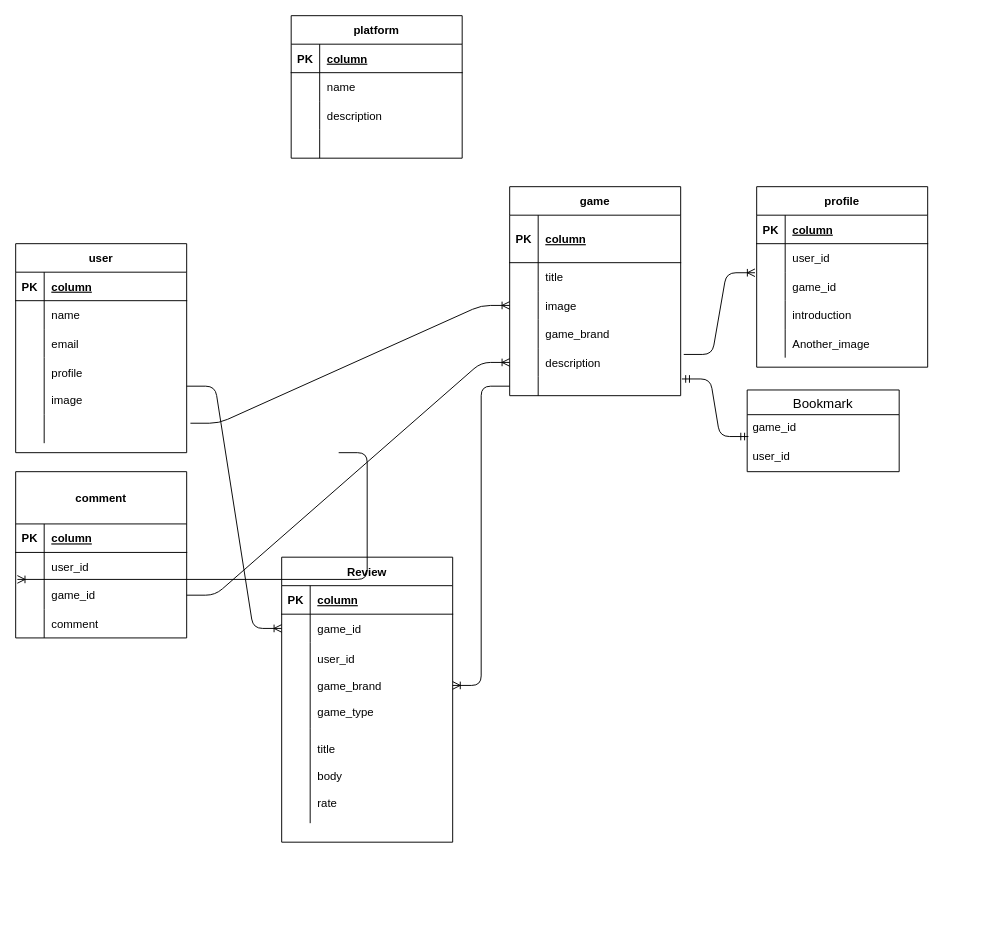
Nozomu-Ishikawa/websiteapp keeps this draw.io diagram as websiteapp.dio. Above is the earlier version. Source tidied: cells renumbered, new cells numbered last; positions are measured from the earlier drawing's top-left corner, leaving out a move shared by most shapes. Both pictures are drawn from the tidied source at 95%, with x=0, y=0 at pixel (15, 15).
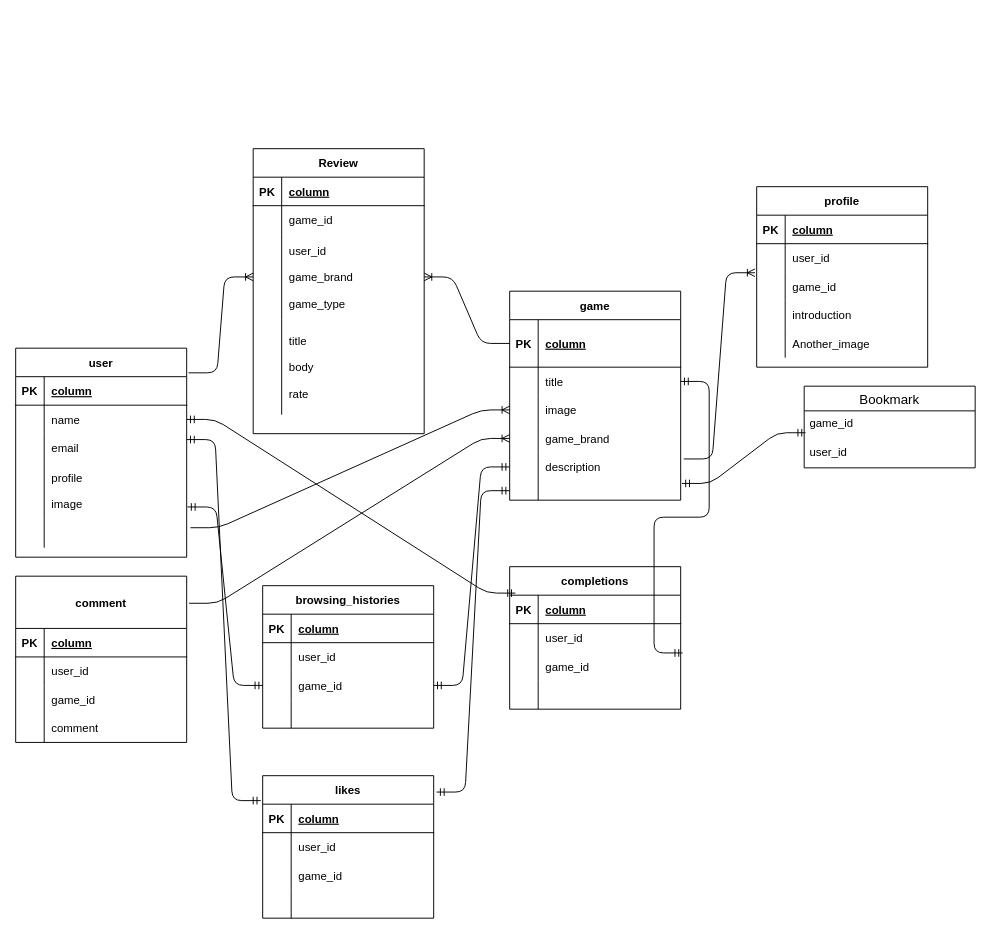
The same page after the edit.

Unchanged cells that the change refers to:
```xml
<mxCell id="6" style="shape=partialRectangle;fillColor=none;top=0;left=0;bottom=0;right=0;points=[[0,0.5],[1,0.5]];portConstraint=eastwest;" parent="2" vertex="1">
  <mxGeometry y="60" width="180" height="30" as="geometry" />
</mxCell>
<mxCell id="9" style="shape=partialRectangle;fillColor=none;top=0;left=0;bottom=0;right=0;points=[[0,0.5],[1,0.5]];portConstraint=eastwest;" parent="2" vertex="1">
  <mxGeometry y="90" width="180" height="30" as="geometry" />
</mxCell>
<mxCell id="12" style="shape=partialRectangle;fillColor=none;top=0;left=0;bottom=0;right=0;points=[[0,0.5],[1,0.5]];portConstraint=eastwest;" parent="2" vertex="1">
  <mxGeometry y="120" width="180" height="60" as="geometry" />
</mxCell>
<mxCell id="19" style="shape=partialRectangle;fillColor=none;top=0;left=0;bottom=1;right=0;points=[[0,0.5],[1,0.5]];portConstraint=eastwest;" parent="18" vertex="1">
  <mxGeometry y="30" width="180" height="50" as="geometry" />
</mxCell>
<mxCell id="22" style="shape=partialRectangle;fillColor=none;top=0;left=0;bottom=0;right=0;points=[[0,0.5],[1,0.5]];portConstraint=eastwest;" parent="18" vertex="1">
  <mxGeometry y="80" width="180" height="30" as="geometry" />
</mxCell>
<mxCell id="28" style="shape=partialRectangle;fillColor=none;top=0;left=0;bottom=0;right=0;points=[[0,0.5],[1,0.5]];portConstraint=eastwest;" parent="18" vertex="1">
  <mxGeometry y="140" width="180" height="30" as="geometry" />
</mxCell>
<mxCell id="31" style="shape=partialRectangle;fillColor=none;top=0;left=0;bottom=0;right=0;points=[[0,0.5],[1,0.5]];portConstraint=eastwest;" parent="18" vertex="1">
  <mxGeometry y="170" width="180" height="30" as="geometry" />
</mxCell>
<mxCell id="34" style="shape=partialRectangle;fillColor=none;top=0;left=0;bottom=0;right=0;points=[[0,0.5],[1,0.5]];portConstraint=eastwest;" parent="18" vertex="1">
  <mxGeometry y="200" width="180" height="20" as="geometry" />
</mxCell>
<mxCell id="44" style="shape=partialRectangle;fillColor=none;top=0;left=0;bottom=0;right=0;points=[[0,0.5],[1,0.5]];portConstraint=eastwest;" parent="37" vertex="1">
  <mxGeometry y="115" width="180" height="30" as="geometry" />
</mxCell>
<mxCell id="73" style="shape=partialRectangle;fillColor=none;top=0;left=0;bottom=0;right=0;points=[[0,0.5],[1,0.5]];portConstraint=eastwest;" parent="69" vertex="1">
  <mxGeometry y="60" width="180" height="30" as="geometry" />
</mxCell>
<mxCell id="76" style="shape=partialRectangle;fillColor=none;top=0;left=0;bottom=0;right=0;points=[[0,0.5],[1,0.5]];portConstraint=eastwest;" parent="69" vertex="1">
  <mxGeometry y="90" width="180" height="90" as="geometry" />
</mxCell>
<mxCell id="88" style="shape=partialRectangle;fillColor=none;top=0;left=0;bottom=0;right=0;" parent="84" vertex="1">
  <mxGeometry y="60" width="180" height="30" as="geometry" />
</mxCell>
<mxCell id="91" style="shape=partialRectangle;fillColor=none;top=0;left=0;bottom=0;right=0;points=[[0,0.5],[1,0.5]];portConstraint=eastwest;" parent="84" vertex="1">
  <mxGeometry y="90" width="180" height="30" as="geometry" />
</mxCell>
```

What changed in the source:
```diff
@@
     <mxCell id="2" value="user" style="shape=table;startSize=30;childLayout=tableLayout;rowLines=0;fontStyle=1;align=center;" parent="1" vertex="1">
-      <mxGeometry y="240" width="180" height="220" as="geometry" />
+      <mxGeometry y="350" width="180" height="220" as="geometry" />
     </mxCell>
@@
     <mxCell id="18" value="game" style="shape=table;startSize=30;childLayout=tableLayout;rowLines=0;fontStyle=1;align=center;" parent="1" vertex="1">
-      <mxGeometry x="520" y="180" width="180" height="220" as="geometry" />
+      <mxGeometry x="520" y="290" width="180" height="220" as="geometry" />
     </mxCell>
@@
     <mxCell id="37" value="comment" style="shape=table;startSize=55;childLayout=tableLayout;rowLines=0;fontStyle=1;align=center;" parent="1" vertex="1">
-      <mxGeometry y="480" width="180" height="175" as="geometry" />
+      <mxGeometry y="590" width="180" height="175" as="geometry" />
     </mxCell>
@@
-    <mxCell id="66" style="edgeStyle=entityRelationEdgeStyle;fontSize=12;html=1;endArrow=ERoneToMany;exitX=1;exitY=0.5;exitDx=0;exitDy=0;entryX=0;entryY=0.5;entryDx=0;entryDy=0;" parent="1" edge="1" source="44" target="31">
+    <mxCell id="66" style="edgeStyle=entityRelationEdgeStyle;fontSize=12;html=1;endArrow=ERoneToMany;exitX=1.014;exitY=0.163;exitDx=0;exitDy=0;entryX=0;entryY=0.5;entryDx=0;entryDy=0;exitPerimeter=0;" parent="1" edge="1" source="37" target="28">
       <mxGeometry relative="1" as="geometry" />
     </mxCell>
@@
     <mxCell id="69" value="Review" style="shape=table;startSize=30;childLayout=tableLayout;rowLines=0;fontStyle=1;align=center;" parent="1" vertex="1">
-      <mxGeometry x="280" y="570" width="180" height="300" as="geometry" />
+      <mxGeometry x="250" y="140" width="180" height="300" as="geometry" />
     </mxCell>
@@
-    <mxCell id="82" style="edgeStyle=entityRelationEdgeStyle;fontSize=12;html=1;endArrow=ERoneToMany;exitX=1;exitY=0.5;exitDx=0;exitDy=0;entryX=0.01;entryY=-0.053;entryDx=0;entryDy=0;entryPerimeter=0;" parent="1" edge="1" target="44">
-      <mxGeometry relative="1" as="geometry">
-        <mxPoint x="340" y="460" as="sourcePoint" />
-      </mxGeometry>
-    </mxCell>
-    <mxCell id="83" style="edgeStyle=entityRelationEdgeStyle;fontSize=12;html=1;endArrow=ERoneToMany;exitX=1;exitY=0.5;exitDx=0;exitDy=0;entryX=0;entryY=0.5;entryDx=0;entryDy=0;" parent="1" edge="1" source="12" target="73">
+    <mxCell id="83" style="edgeStyle=entityRelationEdgeStyle;fontSize=12;html=1;endArrow=ERoneToMany;exitX=1.011;exitY=0.118;exitDx=0;exitDy=0;entryX=0;entryY=0.5;entryDx=0;entryDy=0;exitPerimeter=0;" parent="1" edge="1" source="2" target="76">
       <mxGeometry relative="1" as="geometry" />
     </mxCell>
-    <mxCell id="84" value="platform" style="shape=table;startSize=30;childLayout=tableLayout;rowLines=0;fontStyle=1;align=center;" parent="1" vertex="1">
-      <mxGeometry x="290" width="180" height="150" as="geometry" />
+    <mxCell id="84" value="browsing_histories" style="shape=table;startSize=30;childLayout=tableLayout;rowLines=0;fontStyle=1;align=center;" parent="1" vertex="1">
+      <mxGeometry x="260" y="600" width="180" height="150" as="geometry" />
     </mxCell>
@@
-    <mxCell id="90" value="name" style="shape=partialRectangle;fillColor=none;top=0;left=0;bottom=0;right=0;align=left;spacingLeft=6;overflow=hidden;" parent="88" vertex="1">
+    <mxCell id="90" value="user_id" style="shape=partialRectangle;fillColor=none;top=0;left=0;bottom=0;right=0;align=left;spacingLeft=6;overflow=hidden;" parent="88" vertex="1">
       <mxGeometry x="30" width="150" height="30" as="geometry" />
     </mxCell>
@@
-    <mxCell id="93" value="description" style="shape=partialRectangle;fillColor=none;top=0;left=0;bottom=0;right=0;align=left;spacingLeft=6;overflow=hidden;" parent="91" vertex="1">
+    <mxCell id="93" value="game_id" style="shape=partialRectangle;fillColor=none;top=0;left=0;bottom=0;right=0;align=left;spacingLeft=6;overflow=hidden;" parent="91" vertex="1">
       <mxGeometry x="30" width="150" height="30" as="geometry" />
     </mxCell>
@@
-    <mxCell id="97" style="edgeStyle=entityRelationEdgeStyle;fontSize=12;html=1;endArrow=ERoneToMany;exitX=0;exitY=0.5;exitDx=0;exitDy=0;entryX=1;entryY=0.5;entryDx=0;entryDy=0;" parent="1" edge="1" source="34" target="76">
+    <mxCell id="97" style="edgeStyle=entityRelationEdgeStyle;fontSize=12;html=1;endArrow=ERoneToMany;exitX=0;exitY=0.5;exitDx=0;exitDy=0;entryX=1;entryY=0.5;entryDx=0;entryDy=0;" parent="1" edge="1" source="19" target="76">
       <mxGeometry relative="1" as="geometry" />
     </mxCell>
     <mxCell id="98" value="Bookmark" style="swimlane;fontStyle=0;horizontal=1;startSize=26;align=center;fontSize=14;" parent="1" vertex="1">
-      <mxGeometry x="770" y="394" width="160" height="86" as="geometry" />
+      <mxGeometry x="830" y="390" width="180" height="86" as="geometry" />
     </mxCell>
     <mxCell id="99" value="game_id" style="text;strokeColor=none;fillColor=none;spacingLeft=4;spacingRight=4;overflow=hidden;points=[[0,0.5],[1,0.5]];portConstraint=eastwest;fontSize=12;" parent="98" vertex="1">
-      <mxGeometry y="26" width="160" height="30" as="geometry" />
+      <mxGeometry y="26" width="180" height="30" as="geometry" />
     </mxCell>
     <mxCell id="100" value="user_id" style="text;strokeColor=none;fillColor=none;spacingLeft=4;spacingRight=4;overflow=hidden;fontSize=12;" parent="98" vertex="1">
-      <mxGeometry y="56" width="160" height="30" as="geometry" />
+      <mxGeometry y="56" width="180" height="30" as="geometry" />
     </mxCell>
@@
+    <mxCell id="102" value="likes" style="shape=table;startSize=30;childLayout=tableLayout;rowLines=0;fontStyle=1;align=center;" parent="1" vertex="1">
+      <mxGeometry x="260" y="800" width="180" height="150" as="geometry" />
+    </mxCell>
+    <mxCell id="103" style="shape=partialRectangle;fillColor=none;top=0;left=0;bottom=1;right=0;" parent="102" vertex="1">
+      <mxGeometry y="30" width="180" height="30" as="geometry" />
+    </mxCell>
+    <mxCell id="104" value="PK" style="shape=partialRectangle;fillColor=none;top=0;left=0;bottom=0;right=0;fontStyle=1;overflow=hidden;" parent="103" vertex="1">
+      <mxGeometry width="30" height="30" as="geometry" />
+    </mxCell>
+    <mxCell id="105" value="column" style="shape=partialRectangle;fillColor=none;top=0;left=0;bottom=0;right=0;align=left;spacingLeft=6;fontStyle=5;overflow=hidden;" parent="103" vertex="1">
+      <mxGeometry x="30" width="150" height="30" as="geometry" />
+    </mxCell>
+    <mxCell id="106" style="shape=partialRectangle;fillColor=none;top=0;left=0;bottom=0;right=0;" parent="102" vertex="1">
+      <mxGeometry y="60" width="180" height="30" as="geometry" />
+    </mxCell>
+    <mxCell id="107" style="shape=partialRectangle;fillColor=none;top=0;left=0;bottom=0;right=0;overflow=hidden;" parent="106" vertex="1">
+      <mxGeometry width="30" height="30" as="geometry" />
+    </mxCell>
+    <mxCell id="108" value="user_id" style="shape=partialRectangle;fillColor=none;top=0;left=0;bottom=0;right=0;align=left;spacingLeft=6;overflow=hidden;" parent="106" vertex="1">
+      <mxGeometry x="30" width="150" height="30" as="geometry" />
+    </mxCell>
+    <mxCell id="109" style="shape=partialRectangle;fillColor=none;top=0;left=0;bottom=0;right=0;" parent="102" vertex="1">
+      <mxGeometry y="90" width="180" height="30" as="geometry" />
+    </mxCell>
+    <mxCell id="110" style="shape=partialRectangle;fillColor=none;top=0;left=0;bottom=0;right=0;overflow=hidden;" parent="109" vertex="1">
+      <mxGeometry width="30" height="30" as="geometry" />
+    </mxCell>
+    <mxCell id="111" value="game_id" style="shape=partialRectangle;fillColor=none;top=0;left=0;bottom=0;right=0;align=left;spacingLeft=6;overflow=hidden;" parent="109" vertex="1">
+      <mxGeometry x="30" width="150" height="30" as="geometry" />
+    </mxCell>
+    <mxCell id="112" style="shape=partialRectangle;fillColor=none;top=0;left=0;bottom=0;right=0;" parent="102" vertex="1">
+      <mxGeometry y="120" width="180" height="30" as="geometry" />
+    </mxCell>
+    <mxCell id="113" style="shape=partialRectangle;fillColor=none;top=0;left=0;bottom=0;right=0;overflow=hidden;" parent="112" vertex="1">
+      <mxGeometry width="30" height="30" as="geometry" />
+    </mxCell>
+    <mxCell id="114" style="shape=partialRectangle;fillColor=none;top=0;left=0;bottom=0;right=0;align=left;spacingLeft=6;overflow=hidden;" parent="112" vertex="1">
+      <mxGeometry x="30" width="150" height="30" as="geometry" />
+    </mxCell>
+    <mxCell id="115" style="edgeStyle=entityRelationEdgeStyle;fontSize=12;html=1;endArrow=ERmandOne;startArrow=ERmandOne;exitX=0;exitY=0.5;exitDx=0;exitDy=0;entryX=1.005;entryY=0.786;entryDx=0;entryDy=0;entryPerimeter=0;" parent="1" edge="1" source="91" target="12">
+      <mxGeometry relative="1" as="geometry" />
+    </mxCell>
+    <mxCell id="116" style="edgeStyle=entityRelationEdgeStyle;fontSize=12;html=1;endArrow=ERmandOne;startArrow=ERmandOne;exitX=1;exitY=0.5;exitDx=0;exitDy=0;entryX=0;entryY=0.5;entryDx=0;entryDy=0;" parent="1" edge="1" source="91" target="31">
+      <mxGeometry relative="1" as="geometry" />
+    </mxCell>
+    <mxCell id="117" style="edgeStyle=entityRelationEdgeStyle;fontSize=12;html=1;endArrow=ERmandOne;startArrow=ERmandOne;exitX=1.017;exitY=0.115;exitDx=0;exitDy=0;exitPerimeter=0;" parent="1" edge="1" source="102" target="34">
+      <mxGeometry relative="1" as="geometry" />
+    </mxCell>
+    <mxCell id="118" style="edgeStyle=entityRelationEdgeStyle;fontSize=12;html=1;endArrow=ERmandOne;startArrow=ERmandOne;exitX=-0.011;exitY=0.175;exitDx=0;exitDy=0;exitPerimeter=0;entryX=1;entryY=0.207;entryDx=0;entryDy=0;entryPerimeter=0;" parent="1" edge="1" source="102" target="9">
+      <mxGeometry relative="1" as="geometry" />
+    </mxCell>
+    <mxCell id="119" value="completions" style="shape=table;startSize=30;childLayout=tableLayout;rowLines=0;fontStyle=1;align=center;" parent="1" vertex="1">
+      <mxGeometry x="520" y="580" width="180" height="150" as="geometry" />
+    </mxCell>
+    <mxCell id="120" style="shape=partialRectangle;fillColor=none;top=0;left=0;bottom=1;right=0;points=[[0,0.5],[1,0.5]];portConstraint=eastwest;" parent="119" vertex="1">
+      <mxGeometry y="30" width="180" height="30" as="geometry" />
+    </mxCell>
+    <mxCell id="121" value="PK" style="shape=partialRectangle;fillColor=none;top=0;left=0;bottom=0;right=0;fontStyle=1;overflow=hidden;" parent="120" vertex="1">
+      <mxGeometry width="30" height="30" as="geometry" />
+    </mxCell>
+    <mxCell id="122" value="column" style="shape=partialRectangle;fillColor=none;top=0;left=0;bottom=0;right=0;align=left;spacingLeft=6;fontStyle=5;overflow=hidden;" parent="120" vertex="1">
+      <mxGeometry x="30" width="150" height="30" as="geometry" />
+    </mxCell>
+    <mxCell id="123" style="shape=partialRectangle;fillColor=none;top=0;left=0;bottom=0;right=0;" parent="119" vertex="1">
+      <mxGeometry y="60" width="180" height="30" as="geometry" />
+    </mxCell>
+    <mxCell id="124" style="shape=partialRectangle;fillColor=none;top=0;left=0;bottom=0;right=0;overflow=hidden;" parent="123" vertex="1">
+      <mxGeometry width="30" height="30" as="geometry" />
+    </mxCell>
+    <mxCell id="125" value="user_id" style="shape=partialRectangle;fillColor=none;top=0;left=0;bottom=0;right=0;align=left;spacingLeft=6;overflow=hidden;" parent="123" vertex="1">
+      <mxGeometry x="30" width="150" height="30" as="geometry" />
+    </mxCell>
+    <mxCell id="126" style="shape=partialRectangle;fillColor=none;top=0;left=0;bottom=0;right=0;points=[[0,0.5],[1,0.5]];portConstraint=eastwest;" parent="119" vertex="1">
+      <mxGeometry y="90" width="180" height="30" as="geometry" />
+    </mxCell>
+    <mxCell id="127" style="shape=partialRectangle;fillColor=none;top=0;left=0;bottom=0;right=0;overflow=hidden;" parent="126" vertex="1">
+      <mxGeometry width="30" height="30" as="geometry" />
+    </mxCell>
+    <mxCell id="128" value="game_id" style="shape=partialRectangle;fillColor=none;top=0;left=0;bottom=0;right=0;align=left;spacingLeft=6;overflow=hidden;" parent="126" vertex="1">
+      <mxGeometry x="30" width="150" height="30" as="geometry" />
+    </mxCell>
+    <mxCell id="129" style="shape=partialRectangle;fillColor=none;top=0;left=0;bottom=0;right=0;" parent="119" vertex="1">
+      <mxGeometry y="120" width="180" height="30" as="geometry" />
+    </mxCell>
+    <mxCell id="130" style="shape=partialRectangle;fillColor=none;top=0;left=0;bottom=0;right=0;overflow=hidden;" parent="129" vertex="1">
+      <mxGeometry width="30" height="30" as="geometry" />
+    </mxCell>
+    <mxCell id="131" style="shape=partialRectangle;fillColor=none;top=0;left=0;bottom=0;right=0;align=left;spacingLeft=6;overflow=hidden;" parent="129" vertex="1">
+      <mxGeometry x="30" width="150" height="30" as="geometry" />
+    </mxCell>
+    <mxCell id="132" style="edgeStyle=entityRelationEdgeStyle;fontSize=12;html=1;endArrow=ERmandOne;startArrow=ERmandOne;exitX=1;exitY=0.5;exitDx=0;exitDy=0;entryX=0.033;entryY=-0.073;entryDx=0;entryDy=0;entryPerimeter=0;" parent="1" edge="1" source="6" target="120">
+      <mxGeometry relative="1" as="geometry" />
+    </mxCell>
+    <mxCell id="133" style="edgeStyle=entityRelationEdgeStyle;fontSize=12;html=1;endArrow=ERmandOne;startArrow=ERmandOne;entryX=1.011;entryY=0.027;entryDx=0;entryDy=0;entryPerimeter=0;exitX=1;exitY=0.5;exitDx=0;exitDy=0;" parent="1" edge="1" source="22" target="126">
+      <mxGeometry relative="1" as="geometry" />
+    </mxCell>
```
